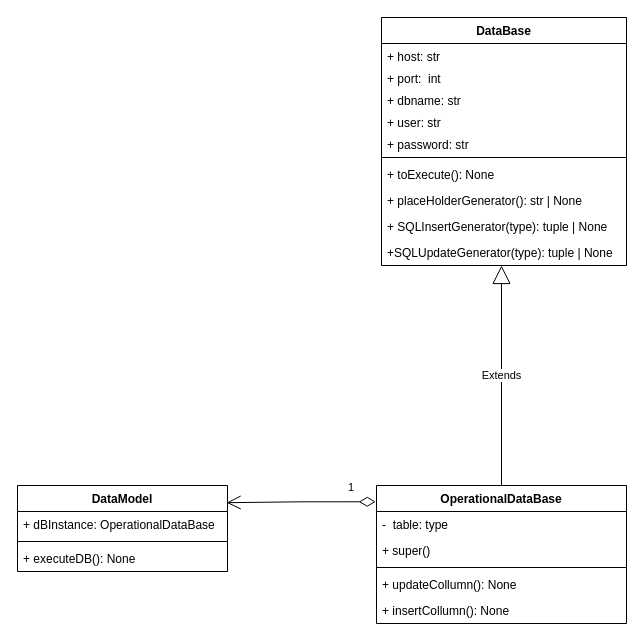
Earlier version of the draw.io diagram page "Diagrama de Classes Banco Dados" (3 of 5) of EstruturaObtencaoDeDados.drawio (Fat83dotcom/Interface_Estacao). Source tidied: cells renumbered, new cells numbered last; positions are measured from the earlier drawing's top-left corner, leaving out a move shared by most shapes. Both pictures are drawn from the tidied source at 100%, with x=0, y=0 at pixel (17, 17).
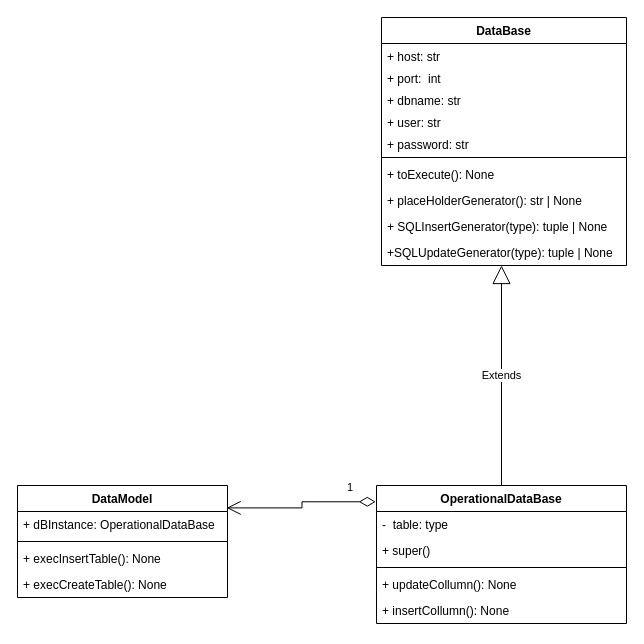
The same diagram, later.

Change to the diagram source:
```diff
@@
     <mxCell id="20" value="DataModel" style="swimlane;fontStyle=1;align=center;verticalAlign=top;horizontal=1;startSize=26;fillColor=none;" parent="1" vertex="1">
-      <mxGeometry y="468" width="210" height="86" as="geometry" />
+      <mxGeometry y="468" width="210" height="112" as="geometry" />
     </mxCell>
@@
-    <mxCell id="23" value="+ executeDB(): None" style="text;strokeColor=none;fillColor=none;align=left;verticalAlign=top;spacingLeft=4;spacingRight=4;overflow=hidden;" parent="20" vertex="1">
+    <mxCell id="23" value="+ execInsertTable(): None" style="text;strokeColor=none;fillColor=none;align=left;verticalAlign=top;spacingLeft=4;spacingRight=4;overflow=hidden;" parent="20" vertex="1">
       <mxGeometry y="60" width="210" height="26" as="geometry" />
     </mxCell>
+    <mxCell id="25" value="+ execCreateTable(): None" style="text;strokeColor=none;fillColor=none;align=left;verticalAlign=top;spacingLeft=4;spacingRight=4;overflow=hidden;" parent="20" vertex="1">
+      <mxGeometry y="86" width="210" height="26" as="geometry" />
+    </mxCell>
```
